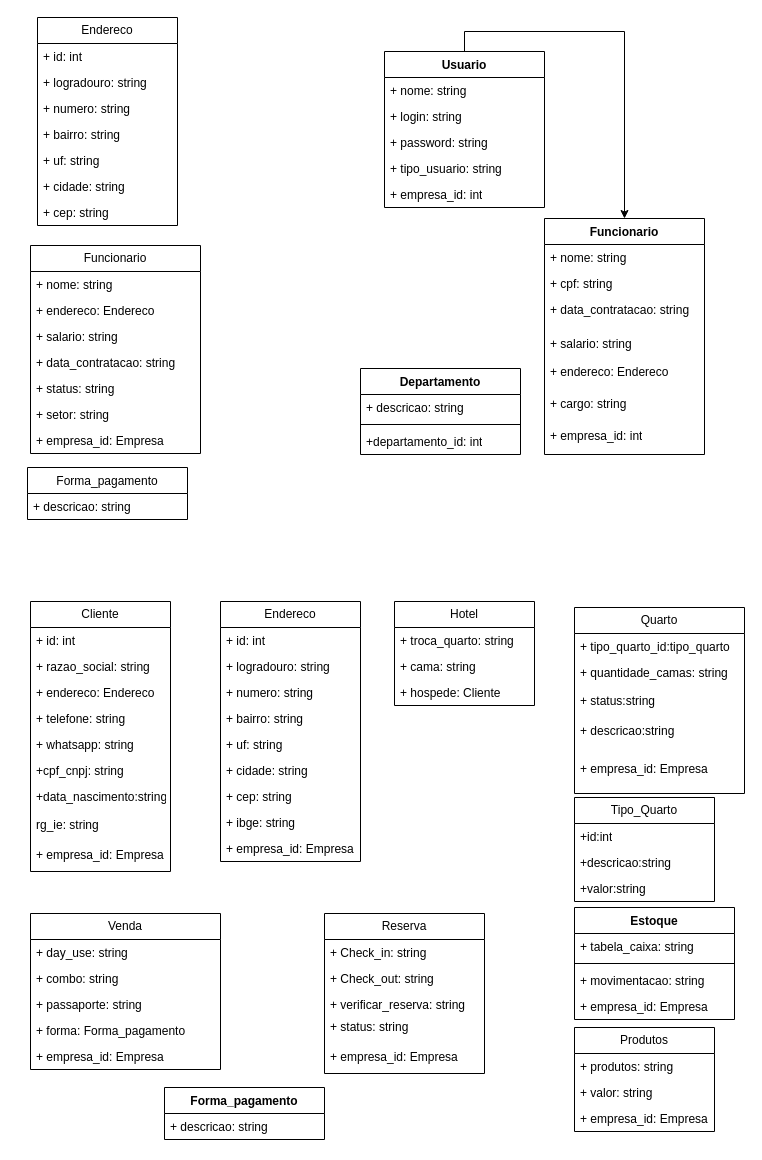
Earlier version of the draw.io diagram page "Geral" (1 of 4) of Diagrama sem nome.drawio (FSOFTSistemas/Lago). Source tidied: cells renumbered, new cells numbered last; positions are measured from the earlier drawing's top-left corner, leaving out a move shared by most shapes. Both pictures are drawn from the tidied source at 100%, with x=0, y=0 at pixel (27, 17).
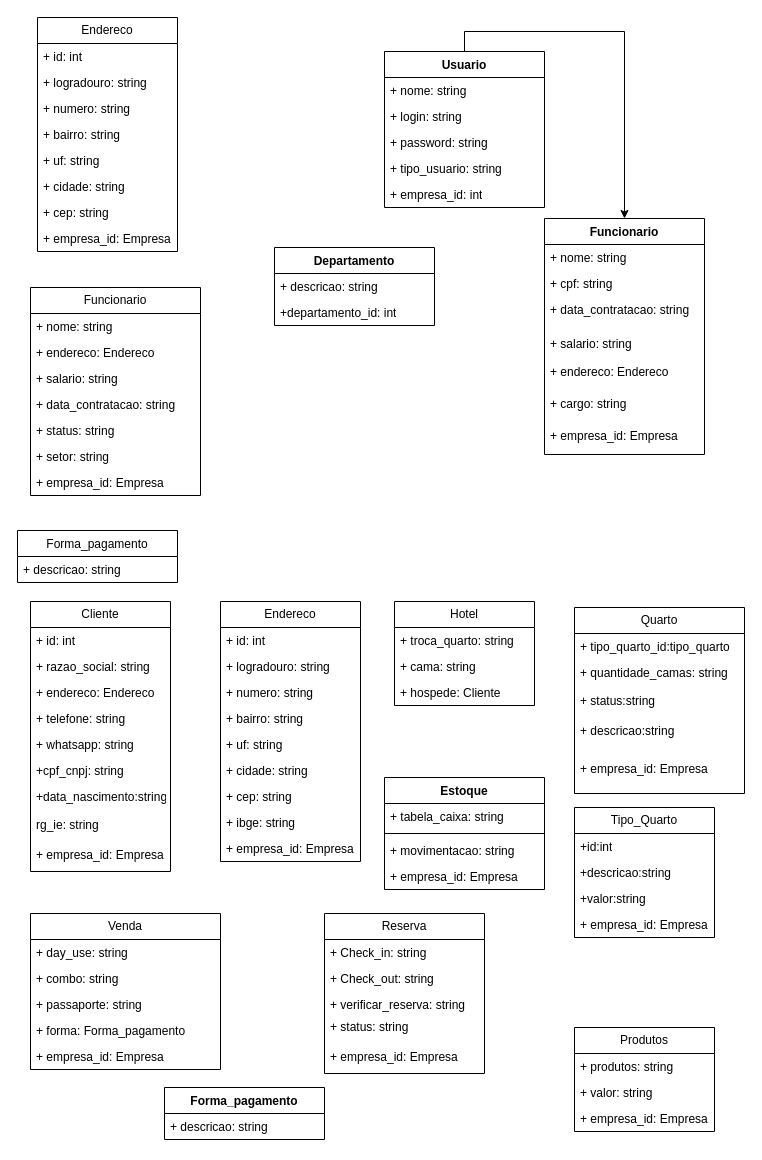
The same diagram, later.

Unchanged cells that the change refers to:
```xml
<mxCell id="70" value="Funcionario" style="swimlane;fontStyle=1;align=center;verticalAlign=top;horizontal=1;startSize=26;whiteSpace=wrap;html=1;" parent="1" vertex="1">
  <mxGeometry x="517" y="201" width="160" height="236" as="geometry" />
</mxCell>
```

What changed in the source:
```diff
@@
     <mxCell id="2" value="Endereco" style="swimlane;fontStyle=0;horizontal=1;startSize=26;fillColor=none;whiteSpace=wrap;html=1;" parent="1" vertex="1">
-      <mxGeometry x="10" width="140" height="208" as="geometry" />
+      <mxGeometry x="10" width="140" height="234" as="geometry" />
     </mxCell>
@@
+    <mxCell id="96" value="+ empresa_id: Empresa" style="text;strokeColor=none;fillColor=none;align=left;verticalAlign=top;spacingLeft=4;spacingRight=4;overflow=hidden;whiteSpace=wrap;html=1;" parent="2" vertex="1">
+      <mxGeometry y="208" width="140" height="26" as="geometry" />
+    </mxCell>
@@
     <mxCell id="20" value="Funcionario" style="swimlane;fontStyle=0;horizontal=1;startSize=26;fillColor=none;whiteSpace=wrap;html=1;" parent="1" vertex="1">
-      <mxGeometry x="3" y="228" width="170" height="208" as="geometry" />
+      <mxGeometry x="3" y="270" width="170" height="208" as="geometry" />
     </mxCell>
@@
     <mxCell id="28" value="&lt;span style=&quot;font-weight: normal;&quot;&gt;Forma_pagamento&lt;/span&gt;" style="swimlane;fontStyle=1;align=center;verticalAlign=top;horizontal=1;startSize=26;whiteSpace=wrap;html=1;" parent="1" vertex="1">
-      <mxGeometry y="450" width="160" height="52" as="geometry" />
+      <mxGeometry x="-10" y="513" width="160" height="52" as="geometry" />
     </mxCell>
@@
     <mxCell id="58" value="Estoque" style="swimlane;fontStyle=1;align=center;verticalAlign=top;horizontal=1;startSize=26;whiteSpace=wrap;html=1;" parent="1" vertex="1">
-      <mxGeometry x="547" y="890" width="160" height="112" as="geometry" />
+      <mxGeometry x="357" y="760" width="160" height="112" as="geometry" />
     </mxCell>
@@
-    <mxCell id="77" value="+ empresa_id: int" style="text;strokeColor=none;fillColor=none;align=left;verticalAlign=top;spacingLeft=4;spacingRight=4;overflow=hidden;whiteSpace=wrap;html=1;" parent="70" vertex="1">
+    <mxCell id="77" value="+ empresa_id: Empresa" style="text;strokeColor=none;fillColor=none;align=left;verticalAlign=top;spacingLeft=4;spacingRight=4;overflow=hidden;whiteSpace=wrap;html=1;" parent="70" vertex="1">
       <mxGeometry y="204" width="160" height="32" as="geometry" />
     </mxCell>
     <mxCell id="78" value="Departamento" style="swimlane;fontStyle=1;align=center;verticalAlign=top;horizontal=1;startSize=26;whiteSpace=wrap;html=1;" parent="1" vertex="1">
-      <mxGeometry x="333" y="351" width="160" height="86" as="geometry" />
+      <mxGeometry x="247" y="230" width="160" height="78" as="geometry" />
     </mxCell>
@@
-    <mxCell id="80" style="line;strokeWidth=1;fillColor=none;align=left;verticalAlign=middle;spacingTop=-1;spacingLeft=3;spacingRight=3;labelPosition=right;strokeColor=inherit;" parent="78" vertex="1">
-      <mxGeometry y="52" width="160" height="8" as="geometry" />
-    </mxCell>
     <mxCell id="81" value="+departamento_id: int" style="text;strokeColor=none;fillColor=none;align=left;verticalAlign=top;spacingLeft=4;spacingRight=4;overflow=hidden;whiteSpace=wrap;html=1;" parent="78" vertex="1">
-      <mxGeometry y="60" width="160" height="26" as="geometry" />
+      <mxGeometry y="52" width="160" height="26" as="geometry" />
     </mxCell>
@@
     <mxCell id="92" value="Tipo_Quarto" style="swimlane;fontStyle=0;horizontal=1;startSize=26;fillColor=none;whiteSpace=wrap;html=1;" parent="1" vertex="1">
-      <mxGeometry x="547" y="780" width="140" height="104" as="geometry" />
+      <mxGeometry x="547" y="790" width="140" height="130" as="geometry" />
     </mxCell>
@@
+    <mxCell id="97" value="+ empresa_id: Empresa" style="text;strokeColor=none;fillColor=none;align=left;verticalAlign=top;spacingLeft=4;spacingRight=4;overflow=hidden;whiteSpace=wrap;html=1;" parent="92" vertex="1">
+      <mxGeometry y="104" width="140" height="26" as="geometry" />
+    </mxCell>
```
